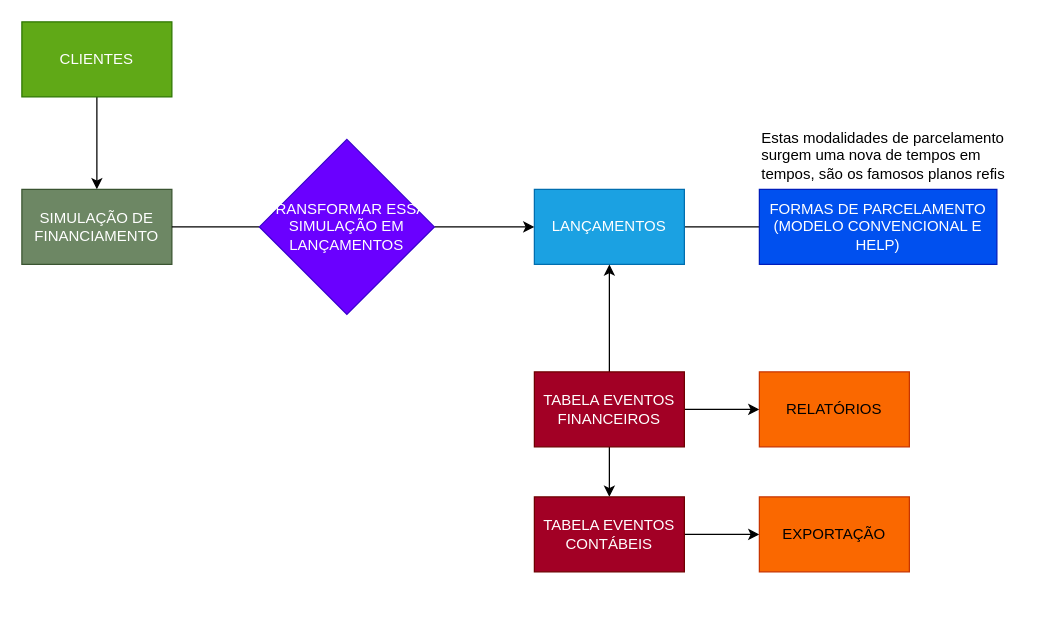
Before: page "GERAL" (2 of 3) of docs/draws/SeuContabil.drawio in sigespweb22/seucontabil-api, a draw.io diagram. Source tidied: cells renumbered, new cells numbered last; positions are measured from the earlier drawing's top-left corner, leaving out a move shared by most shapes. Both pictures are drawn from the tidied source at 125%, with x=0, y=0 at pixel (21, 21).
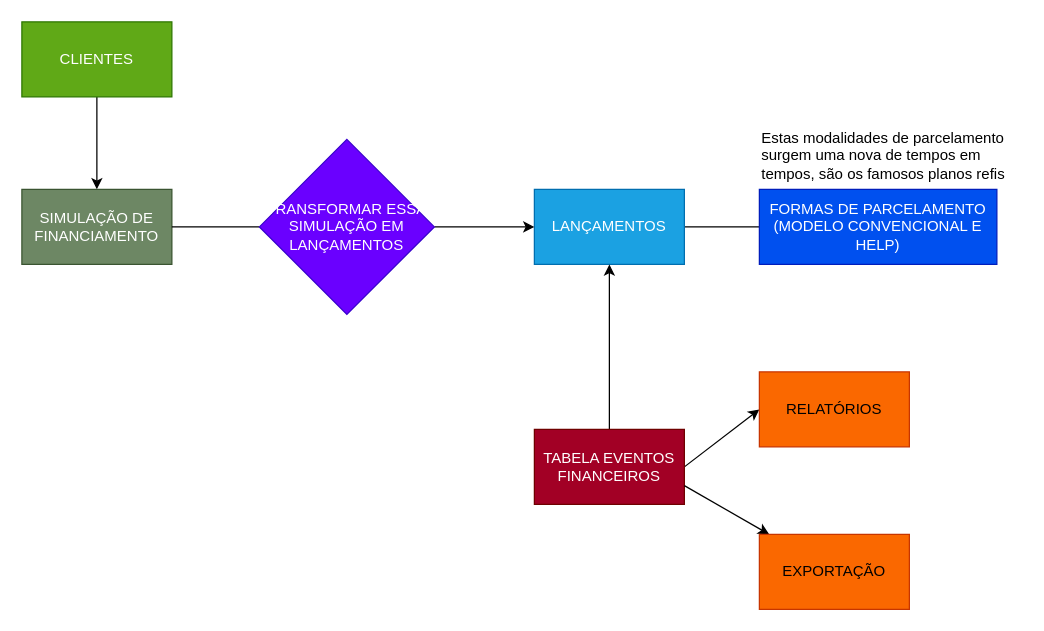
The same diagram, later.

Commit message (it also covers changes not shown here):
inclusões de menu

The edit, as a diff of the source:
```diff
@@
-    <mxCell id="11" style="edgeStyle=none;html=1;" parent="1" edge="1" source="13" target="15">
-      <mxGeometry relative="1" as="geometry" />
-    </mxCell>
@@
     <mxCell id="13" value="TABELA EVENTOS FINANCEIROS" style="rounded=0;whiteSpace=wrap;html=1;fillColor=#a20025;fontColor=#ffffff;strokeColor=#6F0000;" parent="1" vertex="1">
-      <mxGeometry x="410" y="280" width="120" height="60" as="geometry" />
+      <mxGeometry x="410" y="326" width="120" height="60" as="geometry" />
     </mxCell>
-    <mxCell id="14" style="edgeStyle=none;html=1;" parent="1" edge="1" source="15" target="17">
+    <mxCell id="14" style="edgeStyle=none;html=1;exitX=1;exitY=0.75;exitDx=0;exitDy=0;" parent="1" edge="1" source="13" target="17">
       <mxGeometry relative="1" as="geometry" />
     </mxCell>
-    <mxCell id="15" value="TABELA EVENTOS CONTÁBEIS" style="rounded=0;whiteSpace=wrap;html=1;fillColor=#a20025;fontColor=#ffffff;strokeColor=#6F0000;" parent="1" vertex="1">
-      <mxGeometry x="410" y="380" width="120" height="60" as="geometry" />
-    </mxCell>
@@
     <mxCell id="17" value="EXPORTAÇÃO" style="rounded=0;whiteSpace=wrap;html=1;fillColor=#fa6800;fontColor=#000000;strokeColor=#C73500;" parent="1" vertex="1">
-      <mxGeometry x="590" y="380" width="120" height="60" as="geometry" />
+      <mxGeometry x="590" y="410" width="120" height="60" as="geometry" />
     </mxCell>
```
